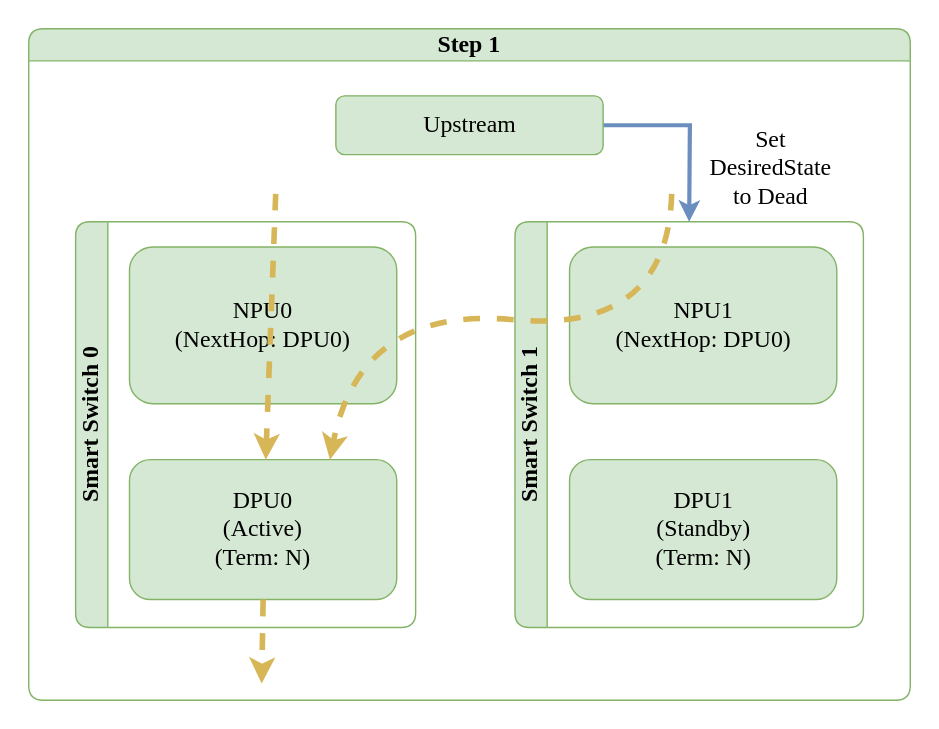
Before: doc/smart-switch/high-availability/images/ha-planned-events-shutdown-step-1.svg, a diagram exported from draw.io (sonic-net/SONiC). Source tidied: cells renumbered, new cells last; positions are measured from the earlier drawing's top-left corner, leaving out a move shared by most shapes.
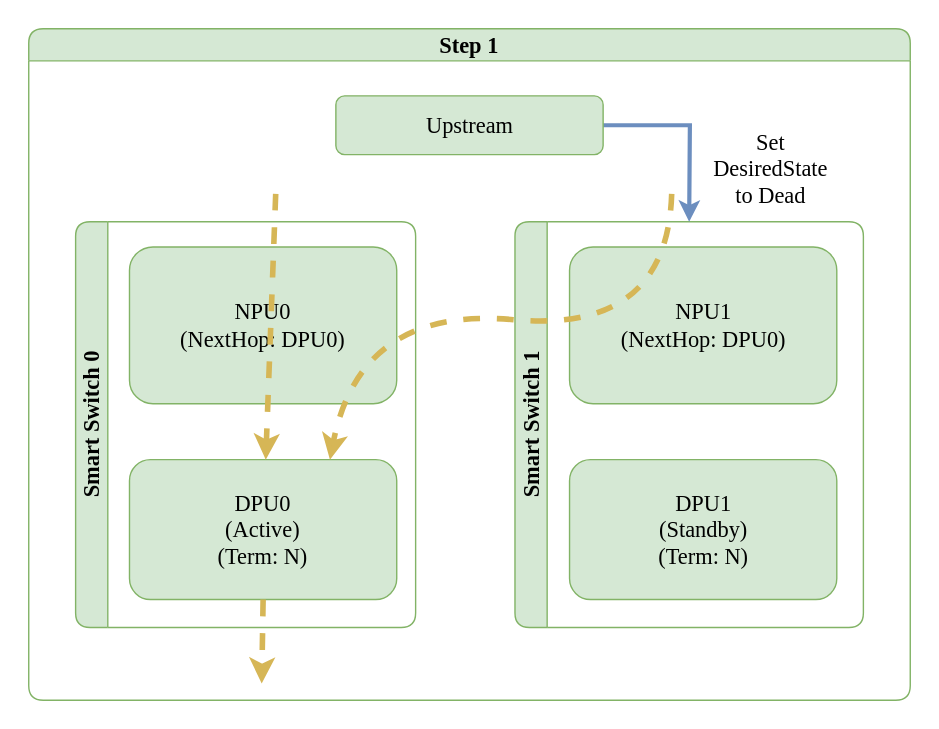
The same file after the commit.

Diff of the diagram source:
```diff
@@ -2,33 +2,33 @@
   <root>
     <mxCell id="0" />
     <mxCell id="1" parent="0" />
-    <mxCell id="2" value="Step 1" style="swimlane;horizontal=1;whiteSpace=wrap;html=1;rounded=1;labelBorderColor=none;strokeColor=#82b366;fontFamily=Consolas;fontSize=17;startSize=23;fillColor=#d5e8d4;swimlaneFillColor=#FFFFFF;" parent="1" vertex="1">
+    <mxCell id="2" value="Step 1" style="swimlane;horizontal=1;whiteSpace=wrap;html=1;rounded=1;labelBorderColor=none;strokeColor=#82b366;fontFamily=Monaco;fontSize=16;startSize=23;fillColor=#d5e8d4;swimlaneFillColor=#FFFFFF;" parent="1" vertex="1">
       <mxGeometry width="630" height="480" as="geometry" />
     </mxCell>
-    <mxCell id="3" value="Smart Switch 0" style="swimlane;horizontal=0;whiteSpace=wrap;html=1;rounded=1;labelBorderColor=none;strokeColor=#82b366;fontFamily=Consolas;fontSize=17;startSize=23;fillColor=#d5e8d4;swimlaneFillColor=#FFFFFF;" parent="2" vertex="1">
+    <mxCell id="3" value="Smart Switch 0" style="swimlane;horizontal=0;whiteSpace=wrap;html=1;rounded=1;labelBorderColor=none;strokeColor=#82b366;fontFamily=Monaco;fontSize=16;startSize=23;fillColor=#d5e8d4;swimlaneFillColor=#FFFFFF;" parent="2" vertex="1">
       <mxGeometry x="33.5" y="138" width="243" height="290" as="geometry" />
     </mxCell>
-    <mxCell id="4" value="NPU0&lt;br style=&quot;font-size: 17px;&quot;&gt;(NextHop: DPU0)" style="rounded=1;whiteSpace=wrap;html=1;strokeColor=#82b366;fontFamily=Consolas;fontSize=17;startSize=23;fillColor=#d5e8d4;" parent="3" vertex="1">
+    <mxCell id="4" value="NPU0&lt;br style=&quot;font-size: 16px;&quot;&gt;(NextHop: DPU0)" style="rounded=1;whiteSpace=wrap;html=1;strokeColor=#82b366;fontFamily=Monaco;fontSize=16;startSize=23;fillColor=#d5e8d4;" parent="3" vertex="1">
       <mxGeometry x="38.5" y="18" width="191" height="112" as="geometry" />
     </mxCell>
-    <mxCell id="5" value="DPU0&lt;br style=&quot;border-color: var(--border-color); font-size: 17px;&quot;&gt;(Active)&lt;br style=&quot;border-color: var(--border-color); font-size: 17px;&quot;&gt;(Term: N)" style="rounded=1;whiteSpace=wrap;html=1;strokeColor=#82b366;fontFamily=Consolas;fontSize=17;startSize=23;fillColor=#d5e8d4;" parent="3" vertex="1">
+    <mxCell id="5" value="DPU0&lt;br style=&quot;border-color: var(--border-color); font-size: 16px;&quot;&gt;(Active)&lt;br style=&quot;border-color: var(--border-color); font-size: 16px;&quot;&gt;(Term: N)" style="rounded=1;whiteSpace=wrap;html=1;strokeColor=#82b366;fontFamily=Monaco;fontSize=16;startSize=23;fillColor=#d5e8d4;" parent="3" vertex="1">
       <mxGeometry x="38.5" y="170" width="191" height="100" as="geometry" />
     </mxCell>
-    <mxCell id="6" value="Smart Switch 1" style="swimlane;horizontal=0;whiteSpace=wrap;html=1;rounded=1;labelBorderColor=none;strokeColor=#82b366;fontFamily=Consolas;fontSize=17;startSize=23;fillColor=#d5e8d4;swimlaneFillColor=#FFFFFF;" parent="2" vertex="1">
+    <mxCell id="6" value="Smart Switch 1" style="swimlane;horizontal=0;whiteSpace=wrap;html=1;rounded=1;labelBorderColor=none;strokeColor=#82b366;fontFamily=Monaco;fontSize=16;startSize=23;fillColor=#d5e8d4;swimlaneFillColor=#FFFFFF;" parent="2" vertex="1">
       <mxGeometry x="347.5" y="138" width="249" height="290" as="geometry" />
     </mxCell>
-    <mxCell id="7" value="NPU1&lt;br style=&quot;font-size: 17px;&quot;&gt;(NextHop: DPU0)" style="rounded=1;whiteSpace=wrap;html=1;strokeColor=#82b366;fontFamily=Consolas;fontSize=17;startSize=23;fillColor=#d5e8d4;" parent="6" vertex="1">
+    <mxCell id="7" value="NPU1&lt;br style=&quot;font-size: 16px;&quot;&gt;(NextHop: DPU0)" style="rounded=1;whiteSpace=wrap;html=1;strokeColor=#82b366;fontFamily=Monaco;fontSize=16;startSize=23;fillColor=#d5e8d4;" parent="6" vertex="1">
       <mxGeometry x="39" y="18" width="191" height="112" as="geometry" />
     </mxCell>
-    <mxCell id="8" value="DPU1&lt;br style=&quot;border-color: var(--border-color); font-size: 17px;&quot;&gt;(Standby)&lt;br style=&quot;border-color: var(--border-color); font-size: 17px;&quot;&gt;(Term: N)" style="rounded=1;whiteSpace=wrap;html=1;strokeColor=#82b366;fontFamily=Consolas;fontSize=17;startSize=23;fillColor=#d5e8d4;" parent="6" vertex="1">
+    <mxCell id="8" value="DPU1&lt;br style=&quot;border-color: var(--border-color); font-size: 16px;&quot;&gt;(Standby)&lt;br style=&quot;border-color: var(--border-color); font-size: 16px;&quot;&gt;(Term: N)" style="rounded=1;whiteSpace=wrap;html=1;strokeColor=#82b366;fontFamily=Monaco;fontSize=16;startSize=23;fillColor=#d5e8d4;" parent="6" vertex="1">
       <mxGeometry x="39" y="170" width="191" height="100" as="geometry" />
     </mxCell>
-    <mxCell id="9" style="curved=1;endArrow=classic;html=1;rounded=0;fillColor=#fff2cc;strokeColor=#d6b656;strokeWidth=4;dashed=1;endFill=1;fontFamily=Consolas;fontSize=17;" parent="2" edge="1" target="5">
+    <mxCell id="9" style="curved=1;endArrow=classic;html=1;rounded=0;fillColor=#fff2cc;strokeColor=#d6b656;strokeWidth=4;dashed=1;endFill=1;fontFamily=Monaco;fontSize=16;" parent="2" edge="1" target="5">
       <mxGeometry relative="1" as="geometry">
         <mxPoint x="176.5" y="118" as="sourcePoint" />
       </mxGeometry>
     </mxCell>
-    <mxCell id="10" style="curved=1;endArrow=classic;html=1;rounded=0;entryX=0.75;entryY=0;entryDx=0;entryDy=0;fillColor=#fff2cc;strokeColor=#d6b656;strokeWidth=4;dashed=1;endFill=1;fontFamily=Consolas;fontSize=17;" parent="2" edge="1" target="5">
+    <mxCell id="10" style="curved=1;endArrow=classic;html=1;rounded=0;entryX=0.75;entryY=0;entryDx=0;entryDy=0;fillColor=#fff2cc;strokeColor=#d6b656;strokeWidth=4;dashed=1;endFill=1;fontFamily=Monaco;fontSize=16;" parent="2" edge="1" target="5">
       <mxGeometry relative="1" as="geometry">
         <mxPoint x="459.5" y="118" as="sourcePoint" />
         <Array as="points">
@@ -37,19 +37,19 @@
         </Array>
       </mxGeometry>
     </mxCell>
-    <mxCell id="11" style="endArrow=classic;html=1;rounded=0;fillColor=#fff2cc;strokeColor=#d6b656;strokeWidth=4;dashed=1;endFill=1;exitX=0.5;exitY=1;exitDx=0;exitDy=0;fontFamily=Consolas;fontSize=17;" parent="2" edge="1" source="5">
+    <mxCell id="11" style="endArrow=classic;html=1;rounded=0;fillColor=#fff2cc;strokeColor=#d6b656;strokeWidth=4;dashed=1;endFill=1;exitX=0.5;exitY=1;exitDx=0;exitDy=0;fontFamily=Monaco;fontSize=16;" parent="2" edge="1" source="5">
       <mxGeometry relative="1" as="geometry">
         <mxPoint x="166.5" y="468" as="targetPoint" />
       </mxGeometry>
     </mxCell>
-    <mxCell id="12" value="Set&lt;br style=&quot;font-size: 17px;&quot;&gt;DesiredState&lt;br style=&quot;font-size: 17px;&quot;&gt;to Dead" style="endArrow=classic;startArrow=none;html=1;rounded=0;fillColor=#dae8fc;strokeColor=#6c8ebf;strokeWidth=3;fontFamily=Consolas;fontSize=17;startFill=0;endFill=1;labelBackgroundColor=none;entryX=0.5;entryY=0;entryDx=0;entryDy=0;" parent="2" edge="1" source="13" target="6">
+    <mxCell id="12" value="Set&lt;br style=&quot;font-size: 16px;&quot;&gt;DesiredState&lt;br style=&quot;font-size: 16px;&quot;&gt;to Dead" style="endArrow=classic;startArrow=none;html=1;rounded=0;fillColor=#dae8fc;strokeColor=#6c8ebf;strokeWidth=3;fontFamily=Monaco;fontSize=16;startFill=0;endFill=1;labelBackgroundColor=none;entryX=0.5;entryY=0;entryDx=0;entryDy=0;" parent="2" edge="1" source="13" target="6">
       <mxGeometry x="0.41" y="58" relative="1" as="geometry">
         <Array as="points">
           <mxPoint x="472.5" y="69" />
         </Array>
       </mxGeometry>
     </mxCell>
-    <mxCell id="13" value="Upstream" style="rounded=1;whiteSpace=wrap;html=1;strokeColor=#82b366;fontFamily=Consolas;fontSize=17;startSize=23;fillColor=#d5e8d4;" parent="2" vertex="1">
+    <mxCell id="13" value="Upstream" style="rounded=1;whiteSpace=wrap;html=1;strokeColor=#82b366;fontFamily=Monaco;fontSize=16;startSize=23;fillColor=#d5e8d4;" parent="2" vertex="1">
       <mxGeometry x="219.5" y="48" width="191" height="42" as="geometry" />
     </mxCell>
   </root>
```
